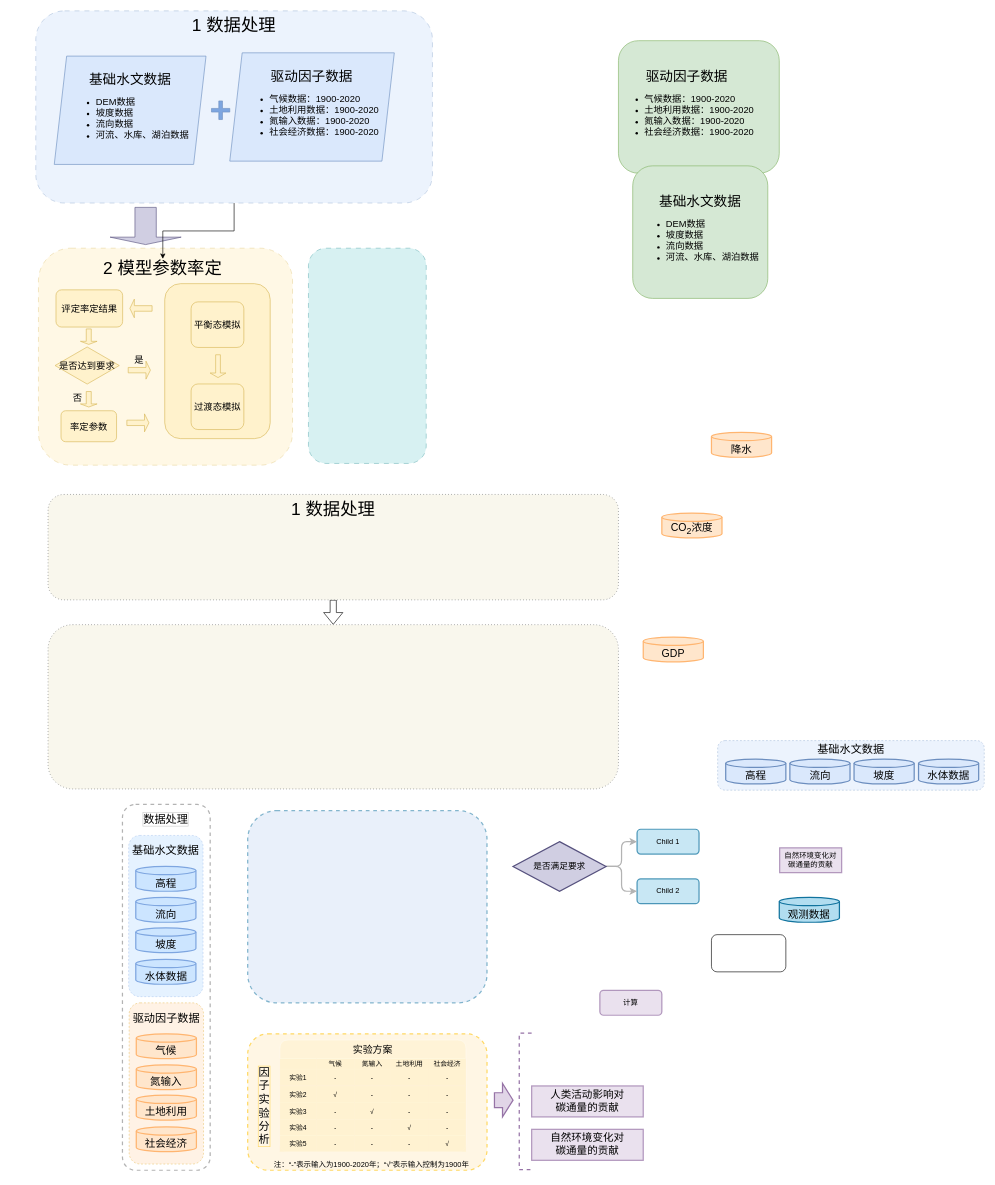
Earlier version of the draw.io diagram 未命名绘图.drawio (Jiang-Yx-0124/paper). Source tidied: cells renumbered, new cells numbered last; positions are measured from the earlier drawing's top-left corner, leaving out a move shared by most shapes. Both pictures are drawn from the tidied source at 62%, with x=0, y=0 at pixel (11, 11).
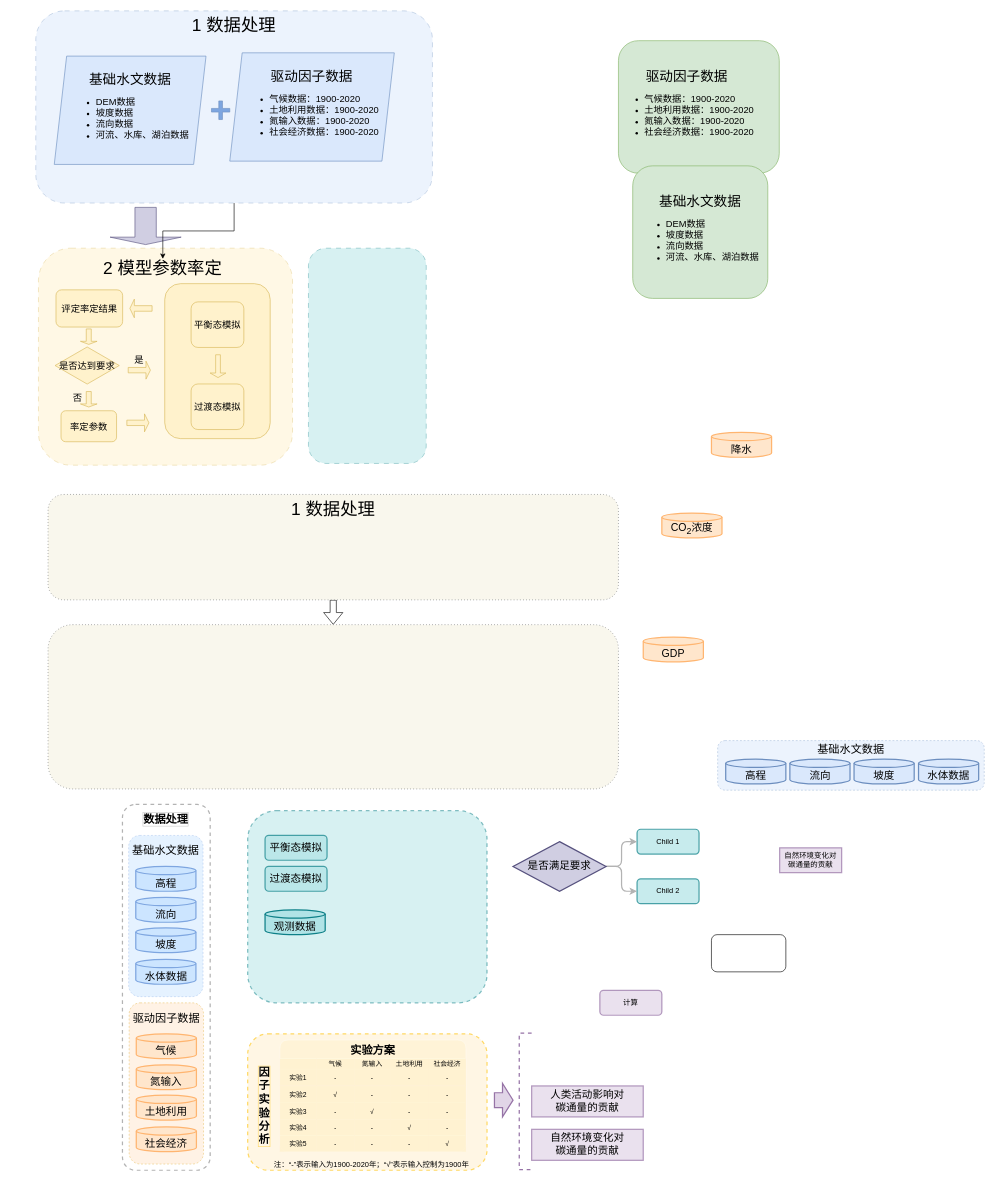
The same diagram, later.

What changed in the source:
```diff
@@
-    <mxCell id="45" value="&lt;font style=&quot;font-size: 18px;&quot;&gt;数据处理&lt;/font&gt;" style="text;html=1;align=center;verticalAlign=middle;whiteSpace=wrap;rounded=0;textShadow=0;labelBackgroundColor=#FFFFFF;labelBorderColor=#CCCCCC;" parent="1" vertex="1">
+    <mxCell id="45" value="&lt;font style=&quot;font-size: 18px;&quot;&gt;&lt;b&gt;数据处理&lt;/b&gt;&lt;/font&gt;" style="text;html=1;align=center;verticalAlign=middle;whiteSpace=wrap;rounded=0;textShadow=0;labelBackgroundColor=#FFFFFF;labelBorderColor=#CCCCCC;" parent="1" vertex="1">
       <mxGeometry x="190" y="1288" width="120" height="32" as="geometry" />
     </mxCell>
@@
-    <mxCell id="62" value="&lt;span style=&quot;font-size: 18px;&quot;&gt;因&lt;/span&gt;&lt;div&gt;&lt;span style=&quot;font-size: 18px;&quot;&gt;子&lt;/span&gt;&lt;/div&gt;&lt;div&gt;&lt;span style=&quot;font-size: 18px;&quot;&gt;实&lt;/span&gt;&lt;/div&gt;&lt;div&gt;&lt;span style=&quot;font-size: 18px;&quot;&gt;验&lt;/span&gt;&lt;/div&gt;&lt;div&gt;&lt;span style=&quot;font-size: 18px;&quot;&gt;分&lt;/span&gt;&lt;/div&gt;&lt;div&gt;&lt;span style=&quot;font-size: 18px;&quot;&gt;析&lt;/span&gt;&lt;/div&gt;" style="text;html=1;align=center;verticalAlign=middle;whiteSpace=wrap;rounded=0;textShadow=0;labelBackgroundColor=none;labelBorderColor=#FFD966;fillColor=#FFFFEB;opacity=0;" parent="1" vertex="1">
+    <mxCell id="62" value="&lt;span style=&quot;font-size: 18px;&quot;&gt;&lt;b&gt;因&lt;/b&gt;&lt;/span&gt;&lt;div&gt;&lt;span style=&quot;font-size: 18px;&quot;&gt;&lt;b&gt;子&lt;/b&gt;&lt;/span&gt;&lt;/div&gt;&lt;div&gt;&lt;span style=&quot;font-size: 18px;&quot;&gt;&lt;b&gt;实&lt;/b&gt;&lt;/span&gt;&lt;/div&gt;&lt;div&gt;&lt;span style=&quot;font-size: 18px;&quot;&gt;&lt;b&gt;验&lt;/b&gt;&lt;/span&gt;&lt;/div&gt;&lt;div&gt;&lt;span style=&quot;font-size: 18px;&quot;&gt;&lt;b&gt;分&lt;/b&gt;&lt;/span&gt;&lt;/div&gt;&lt;div&gt;&lt;span style=&quot;font-size: 18px;&quot;&gt;&lt;b&gt;析&lt;/b&gt;&lt;/span&gt;&lt;/div&gt;" style="text;html=1;align=center;verticalAlign=middle;whiteSpace=wrap;rounded=0;textShadow=0;labelBackgroundColor=none;labelBorderColor=#FFD966;fillColor=#FFFFEB;opacity=0;" parent="1" vertex="1">
       <mxGeometry x="394" y="1706" width="29.5" height="122" as="geometry" />
     </mxCell>
-    <mxCell id="63" value="实验方案" style="shape=table;startSize=30;childLayout=tableLayout;swimlaneFillColor=none;strokeColor=#FFFFFF;fontSize=16;fillColor=#FFF2CC;labelBackgroundColor=none;opacity=50;rounded=1;swimlaneLine=1;" parent="1" vertex="1">
+    <mxCell id="63" value="实验方案" style="shape=table;startSize=30;childLayout=tableLayout;swimlaneFillColor=none;strokeColor=#FFFFFF;fontSize=18;fillColor=#FFF2CC;labelBackgroundColor=none;opacity=50;rounded=1;swimlaneLine=1;fontStyle=1;" parent="1" vertex="1">
       <mxGeometry x="434" y="1660" width="300" height="180" as="geometry" />
     </mxCell>
@@
-    <mxCell id="101" style="rounded=1;whiteSpace=wrap;html=1;dashed=1;fillColor=#D4E1F5;strokeColor=#10739e;opacity=50;strokeWidth=2;" parent="1" vertex="1">
+    <mxCell id="101" style="rounded=1;whiteSpace=wrap;html=1;dashed=1;fillColor=#b0e3e6;strokeColor=#0e8088;opacity=50;strokeWidth=2;" parent="1" vertex="1">
       <mxGeometry x="382" y="1290" width="386" height="310" as="geometry" />
     </mxCell>
-    <mxCell id="102" value="Child 1" style="whiteSpace=wrap;html=1;fillColor=#b1ddf0;strokeColor=#10739e;strokeWidth=2;opacity=70;rounded=1;" parent="1" vertex="1">
+    <mxCell id="102" value="Child 1" style="whiteSpace=wrap;html=1;fillColor=#b0e3e6;strokeColor=#0e8088;strokeWidth=2;opacity=70;rounded=1;" parent="1" vertex="1">
       <mxGeometry x="1010" y="1320" width="100" height="40" as="geometry" />
     </mxCell>
@@
-    <mxCell id="104" value="Child 2" style="whiteSpace=wrap;html=1;fillColor=#b1ddf0;strokeColor=#10739e;strokeWidth=2;opacity=70;rounded=1;" parent="1" vertex="1">
+    <mxCell id="104" value="Child 2" style="whiteSpace=wrap;html=1;fillColor=#b0e3e6;strokeColor=#0e8088;strokeWidth=2;opacity=70;rounded=1;" parent="1" vertex="1">
       <mxGeometry x="1010" y="1400" width="100" height="40" as="geometry" />
     </mxCell>
@@
-    <mxCell id="106" value="&lt;div&gt;&lt;font style=&quot;font-size: 14px;&quot;&gt;是否满足要求&lt;/font&gt;&lt;/div&gt;" style="strokeWidth=2;html=1;shape=mxgraph.flowchart.decision;whiteSpace=wrap;fillColor=#d0cee2;strokeColor=#56517e;" parent="1" vertex="1">
+    <mxCell id="106" value="&lt;div&gt;&lt;font style=&quot;font-size: 17px;&quot;&gt;是否满足要求&lt;/font&gt;&lt;/div&gt;" style="strokeWidth=2;html=1;shape=mxgraph.flowchart.decision;whiteSpace=wrap;fillColor=#d0cee2;strokeColor=#56517e;" parent="1" vertex="1">
       <mxGeometry x="810" y="1340" width="150" height="80" as="geometry" />
     </mxCell>
@@
-    <mxCell id="108" value="&lt;font style=&quot;font-size: 17px;&quot;&gt;观测数据&lt;/font&gt;" style="strokeWidth=2;html=1;shape=mxgraph.flowchart.database;whiteSpace=wrap;fillColor=#b1ddf0;strokeColor=#10739e;verticalAlign=bottom;" parent="1" vertex="1">
-      <mxGeometry x="1239.4" y="1430" width="97" height="40" as="geometry" />
+    <mxCell id="108" value="&lt;font style=&quot;font-size: 17px;&quot;&gt;观测数据&lt;/font&gt;" style="strokeWidth=2;html=1;shape=mxgraph.flowchart.database;whiteSpace=wrap;fillColor=#b0e3e6;strokeColor=#0e8088;verticalAlign=bottom;" parent="1" vertex="1">
+      <mxGeometry x="410" y="1450" width="97" height="40" as="geometry" />
     </mxCell>
@@
+    <mxCell id="114" value="&lt;font style=&quot;font-size: 17px;&quot;&gt;平衡态模拟&lt;/font&gt;" style="whiteSpace=wrap;html=1;fillColor=#b0e3e6;strokeColor=#0e8088;strokeWidth=2;opacity=70;rounded=1;" parent="1" vertex="1">
+      <mxGeometry x="410" y="1330" width="100" height="40" as="geometry" />
+    </mxCell>
+    <mxCell id="115" value="&lt;font style=&quot;font-size: 17px;&quot;&gt;过渡态模拟&lt;/font&gt;" style="whiteSpace=wrap;html=1;fillColor=#b0e3e6;strokeColor=#0e8088;strokeWidth=2;opacity=70;rounded=1;" parent="1" vertex="1">
+      <mxGeometry x="410" y="1380" width="100" height="40" as="geometry" />
+    </mxCell>
```
